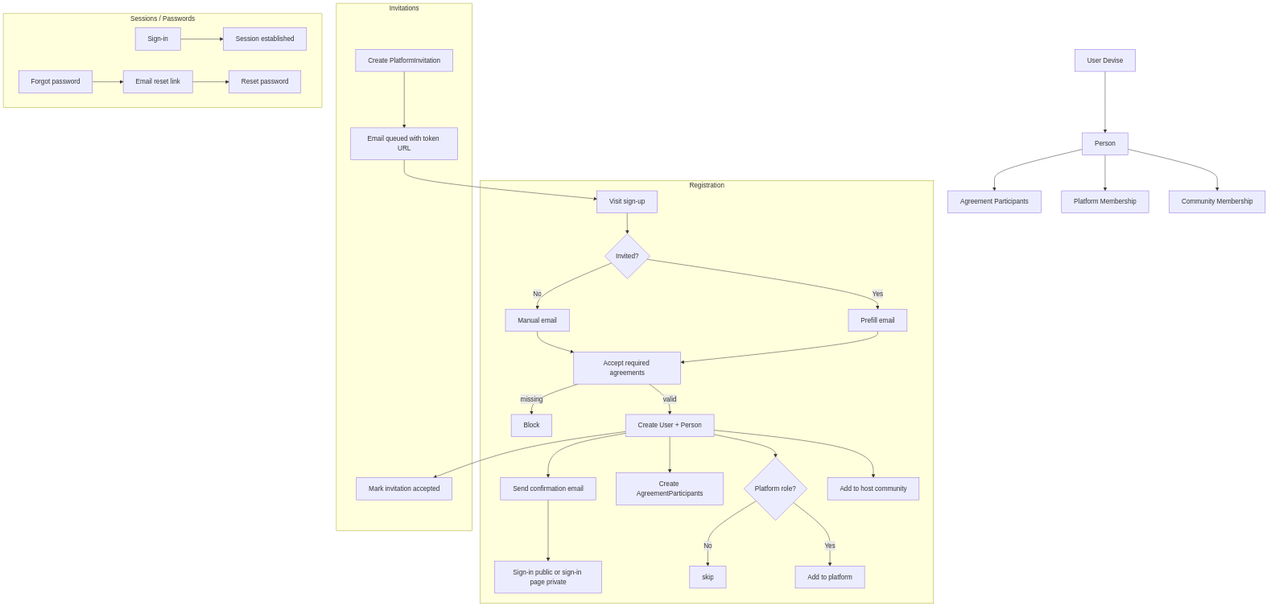
Before: docs/accounts_flow.png, a diagram exported from Mermaid (better-together-org/community-engine-rails). Its source is kept beside it as docs/accounts_flow.mmd. Source of this version:
```mermaid
flowchart TD
U[User Devise] --> P[Person]
P --> CM[Community Membership]
P --> PM[Platform Membership]
P --> AP[Agreement Participants]

subgraph REG[Registration]
R0[Visit sign-up] --> R1{Invited?}
R1 -->|Yes| R2[Prefill email]
R1 -->|No| R3[Manual email]
R2 --> R4[Accept required agreements]
R3 --> R4
R4 -->|valid| R5[Create User + Person]
R4 -->|missing| R4E[Block]
R5 --> R6[Add to host community]
R5 --> R7{Platform role?}
R7 -->|Yes| R8[Add to platform]
R7 -->|No| R9[skip]
R5 --> R10[Create AgreementParticipants]
R5 --> RC[Send confirmation email]
RC --> RSN[Sign-in public or sign-in page private]
end

subgraph INV[Invitations]
I1[Create PlatformInvitation] --> I2[Email queued with token URL]
I2 --> R0
R5 --> I3[Mark invitation accepted]
end

subgraph SESS[Sessions / Passwords]
S1[Sign-in] --> S2[Session established]
PWD1[Forgot password] --> PWD2[Email reset link] --> PWD3[Reset password]
end
```
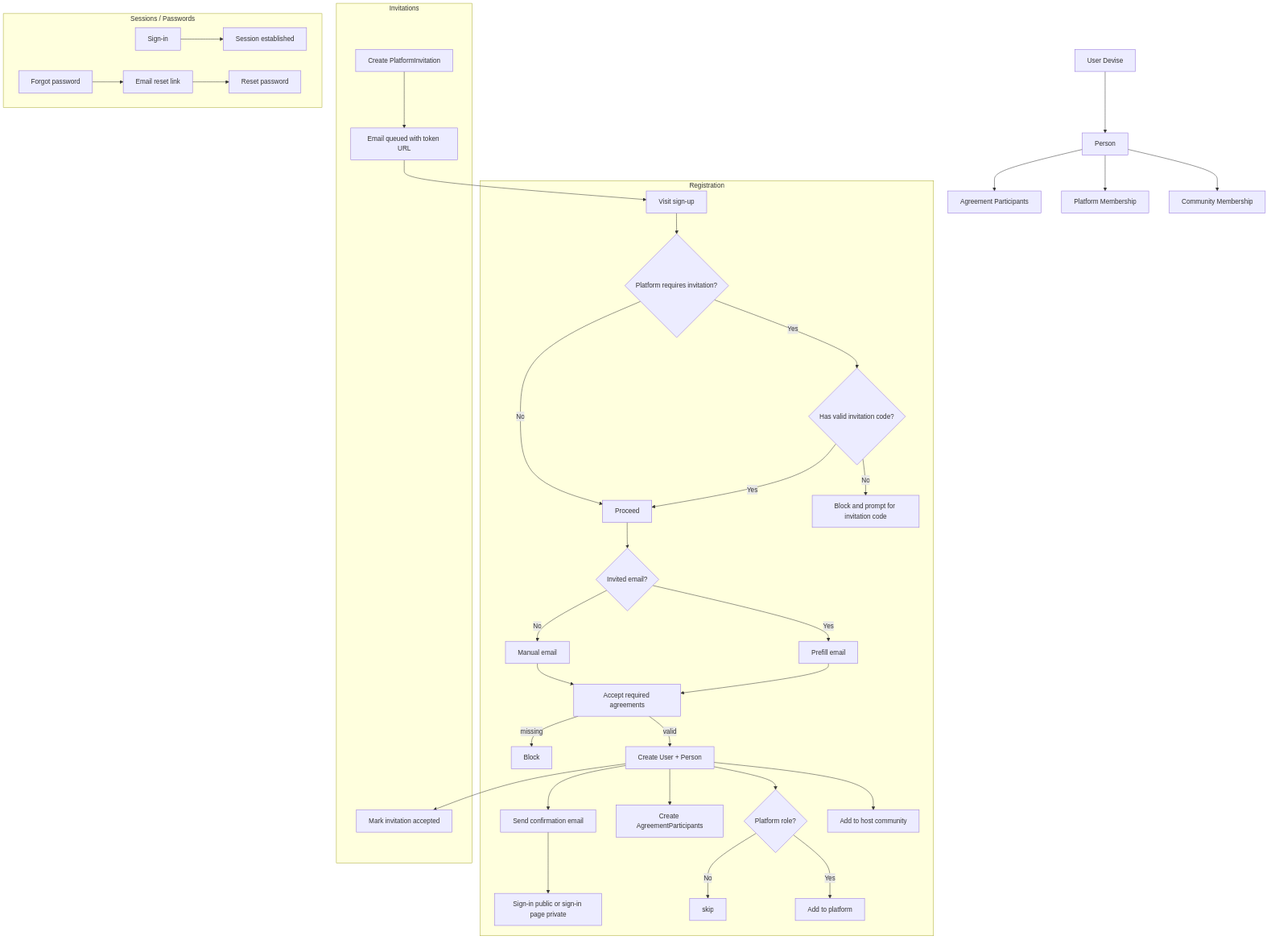
The same diagram one commit later.

Commit message:
Add invitation requirement details to registration forms and documentation

Change to the diagram source:
```diff
@@ -5,26 +5,33 @@
 P --> AP[Agreement Participants]
 
 subgraph REG[Registration]
-R0[Visit sign-up] --> R1{Invited?}
-R1 -->|Yes| R2[Prefill email]
-R1 -->|No| R3[Manual email]
-R2 --> R4[Accept required agreements]
-R3 --> R4
-R4 -->|valid| R5[Create User + Person]
-R4 -->|missing| R4E[Block]
-R5 --> R6[Add to host community]
-R5 --> R7{Platform role?}
-R7 -->|Yes| R8[Add to platform]
-R7 -->|No| R9[skip]
-R5 --> R10[Create AgreementParticipants]
-R5 --> RC[Send confirmation email]
+R0[Visit sign-up]
+R0 --> R00{Platform requires invitation?}
+R00 -->|Yes| R01{Has valid invitation code?}
+R01 -->|No| R0E[Block and prompt for invitation code]
+R01 -->|Yes| R1[Proceed]
+R00 -->|No| R1
+
+R1 --> R2{Invited email?}
+R2 -->|Yes| R3[Prefill email]
+R2 -->|No| R4[Manual email]
+R3 --> R5[Accept required agreements]
+R4 --> R5
+R5 -->|valid| R6[Create User + Person]
+R5 -->|missing| R5E[Block]
+R6 --> R7[Add to host community]
+R6 --> R8{Platform role?}
+R8 -->|Yes| R9[Add to platform]
+R8 -->|No| R9s[skip]
+R6 --> R10[Create AgreementParticipants]
+R6 --> RC[Send confirmation email]
 RC --> RSN[Sign-in public or sign-in page private]
 end
 
 subgraph INV[Invitations]
 I1[Create PlatformInvitation] --> I2[Email queued with token URL]
 I2 --> R0
-R5 --> I3[Mark invitation accepted]
+R6 --> I3[Mark invitation accepted]
 end
 
 subgraph SESS[Sessions / Passwords]
```
